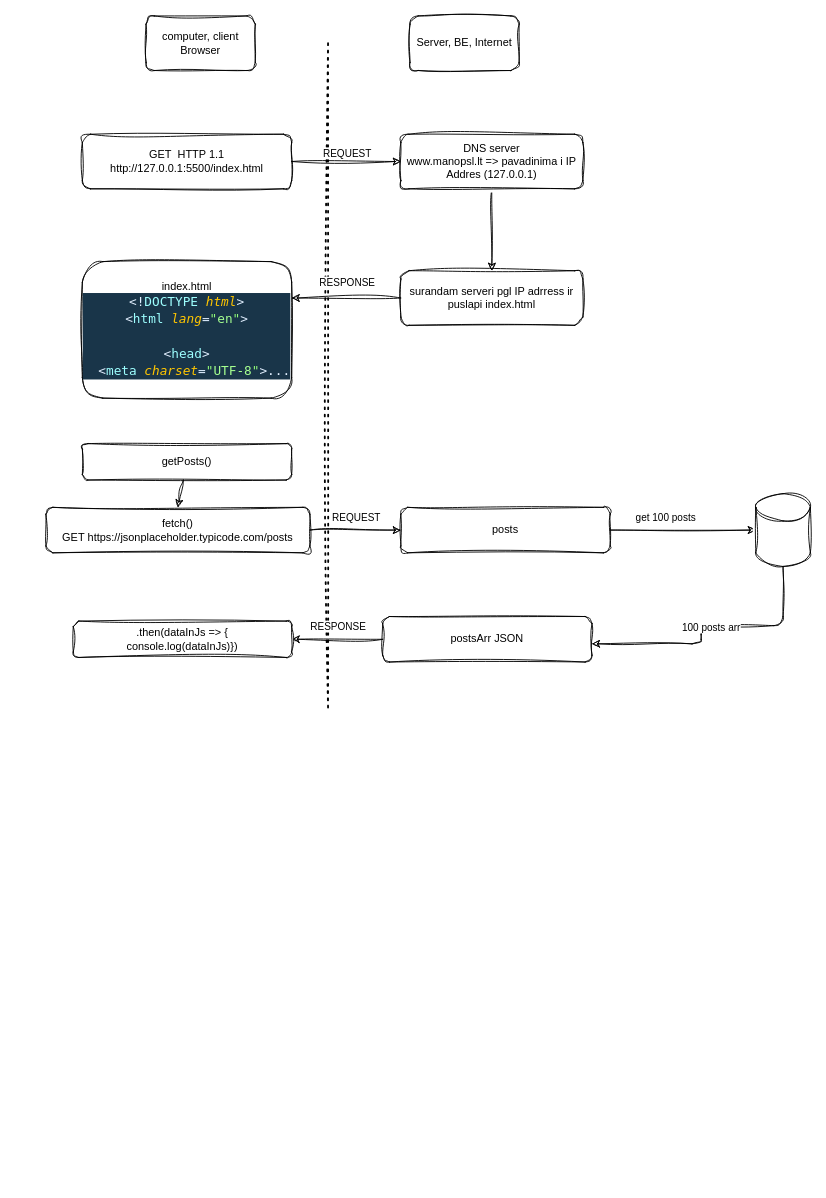
This is http.drawio from MariusCodeAcademy/Feu8_20_JS_tryCatch_fetch_post_delete, a draw.io file, before an edit. Source tidied: cells renumbered, new cells numbered last; positions are measured from the earlier drawing's top-left corner, leaving out a move shared by most shapes. Both pictures are drawn from the tidied source at 91%, with x=0, y=0 at pixel (46, 15).
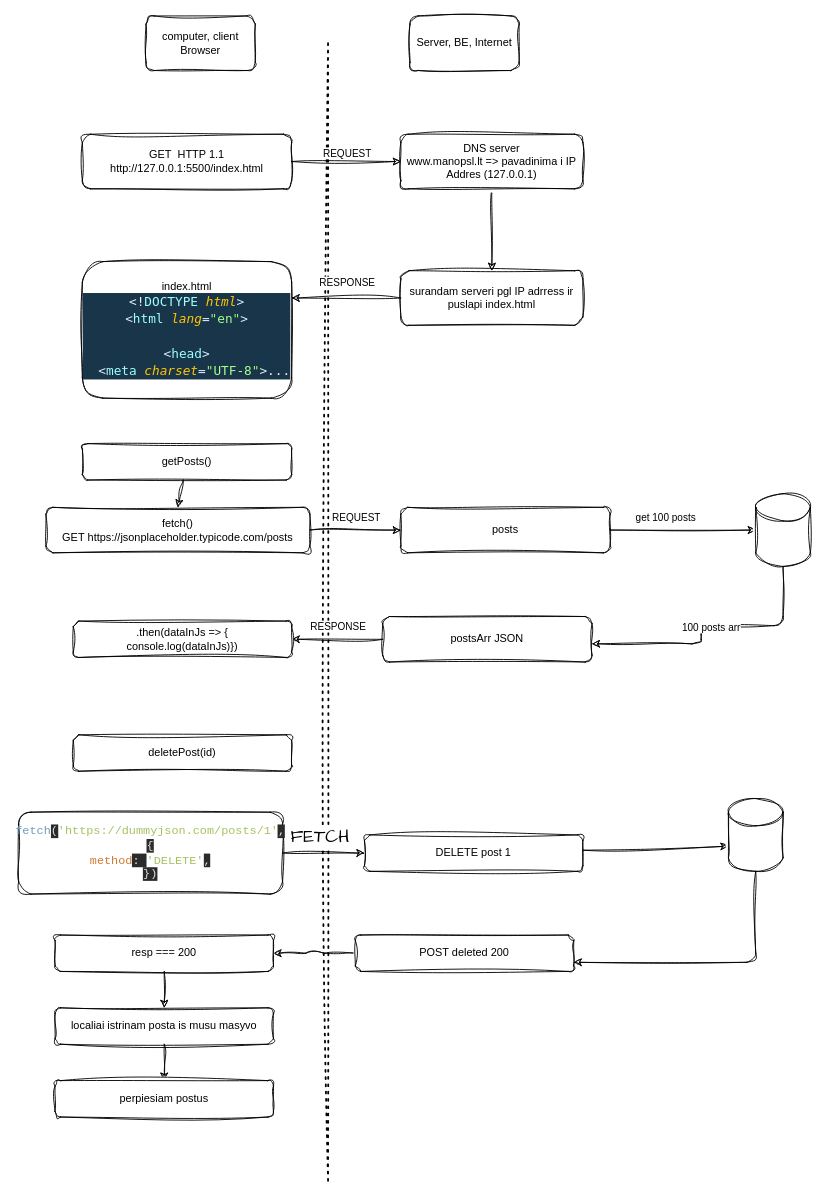
The same diagram, later.

Commit message (it also covers changes not shown here):
beautiful drawing delete

Diff of the diagram source:
```diff
@@
     <mxCell id="2" style="endArrow=none;dashed=1;html=1;dashPattern=1 3;strokeWidth=2;sketch=1;curveFitting=1;jiggle=2;" parent="1" edge="1">
       <mxGeometry relative="1" as="geometry">
-        <mxPoint x="310" y="760" as="sourcePoint" />
+        <mxPoint x="310" y="1280" as="sourcePoint" />
         <mxPoint x="310" y="30" as="targetPoint" />
       </mxGeometry>
     </mxCell>
@@
+    <mxCell id="29" value="deletePost(id)" style="rounded=1;whiteSpace=wrap;html=1;sketch=1;curveFitting=1;jiggle=2;" parent="1" vertex="1">
+      <mxGeometry x="30" y="790" width="240" height="40" as="geometry" />
+    </mxCell>
+    <mxCell id="30" style="edgeStyle=orthogonalEdgeStyle;sketch=1;hachureGap=4;jiggle=2;curveFitting=1;html=1;entryX=0;entryY=0.5;entryDx=0;entryDy=0;fontFamily=Architects Daughter;fontSize=16;" parent="1" edge="1" source="32" target="34">
+      <mxGeometry relative="1" as="geometry" />
+    </mxCell>
+    <mxCell id="31" value="FETCH" style="edgeLabel;html=1;align=center;verticalAlign=middle;fontSize=20;fontFamily=Architects Daughter;" parent="30" vertex="1">
+      <mxGeometry x="-0.27" y="2" relative="1" as="geometry">
+        <mxPoint x="7" y="-18" as="offset" />
+      </mxGeometry>
+    </mxCell>
+    <mxCell id="32" value="&lt;span style=&quot;padding: 0px; margin: 0px; box-sizing: border-box; color: rgb(109, 156, 190); font-family: monospace; font-size: 13px; text-align: start;&quot; class=&quot;hljs-title function_&quot;&gt;fetch&lt;/span&gt;&lt;span style=&quot;color: rgb(230, 225, 220); font-family: monospace; font-size: 13px; text-align: start; background-color: rgb(43, 43, 43);&quot;&gt;(&lt;/span&gt;&lt;span style=&quot;padding: 0px; margin: 0px; box-sizing: border-box; color: rgb(165, 194, 97); font-family: monospace; font-size: 13px; text-align: start;&quot; class=&quot;hljs-string&quot;&gt;'https://dummyjson.com/posts/1'&lt;/span&gt;&lt;span style=&quot;color: rgb(230, 225, 220); font-family: monospace; font-size: 13px; text-align: start; background-color: rgb(43, 43, 43);&quot;&gt;, {&lt;br/&gt;  &lt;/span&gt;&lt;span style=&quot;padding: 0px; margin: 0px; box-sizing: border-box; color: rgb(204, 120, 51); font-family: monospace; font-size: 13px; text-align: start;&quot; class=&quot;hljs-attr&quot;&gt;method&lt;/span&gt;&lt;span style=&quot;color: rgb(230, 225, 220); font-family: monospace; font-size: 13px; text-align: start; background-color: rgb(43, 43, 43);&quot;&gt;: &lt;/span&gt;&lt;span style=&quot;padding: 0px; margin: 0px; box-sizing: border-box; color: rgb(165, 194, 97); font-family: monospace; font-size: 13px; text-align: start;&quot; class=&quot;hljs-string&quot;&gt;'DELETE'&lt;/span&gt;&lt;span style=&quot;color: rgb(230, 225, 220); font-family: monospace; font-size: 13px; text-align: start; background-color: rgb(43, 43, 43);&quot;&gt;,&lt;br/&gt;})&lt;/span&gt;" style="rounded=1;whiteSpace=wrap;html=1;sketch=1;curveFitting=1;jiggle=2;" parent="1" vertex="1">
+      <mxGeometry x="-30" y="875" width="290" height="90" as="geometry" />
+    </mxCell>
+    <mxCell id="33" style="edgeStyle=none;sketch=1;hachureGap=4;jiggle=2;curveFitting=1;html=1;entryX=0;entryY=0;entryDx=0;entryDy=52.5;entryPerimeter=0;fontFamily=Architects Daughter;fontSize=16;" parent="1" edge="1" source="34" target="36">
+      <mxGeometry relative="1" as="geometry" />
+    </mxCell>
+    <mxCell id="34" value="DELETE post 1" style="rounded=1;whiteSpace=wrap;html=1;sketch=1;curveFitting=1;jiggle=2;" parent="1" vertex="1">
+      <mxGeometry x="350" y="900" width="240" height="40" as="geometry" />
+    </mxCell>
+    <mxCell id="35" style="edgeStyle=orthogonalEdgeStyle;sketch=1;hachureGap=4;jiggle=2;curveFitting=1;html=1;fontFamily=Architects Daughter;fontSize=16;" parent="1" edge="1" source="36">
+      <mxGeometry relative="1" as="geometry">
+        <mxPoint x="580" y="1040" as="targetPoint" />
+        <Array as="points">
+          <mxPoint x="780" y="1040" />
+        </Array>
+      </mxGeometry>
+    </mxCell>
+    <mxCell id="36" style="shape=cylinder3;whiteSpace=wrap;html=1;boundedLbl=1;backgroundOutline=1;size=15;sketch=1;curveFitting=1;jiggle=2;" parent="1" vertex="1">
+      <mxGeometry x="750" y="860" width="60" height="80" as="geometry" />
+    </mxCell>
+    <mxCell id="37" style="edgeStyle=orthogonalEdgeStyle;sketch=1;hachureGap=4;jiggle=2;curveFitting=1;html=1;fontFamily=Architects Daughter;fontSize=16;" parent="1" edge="1" source="38">
+      <mxGeometry relative="1" as="geometry">
+        <mxPoint x="250" y="1030" as="targetPoint" />
+      </mxGeometry>
+    </mxCell>
+    <mxCell id="38" value="POST deleted 200" style="rounded=1;whiteSpace=wrap;html=1;sketch=1;curveFitting=1;jiggle=2;" parent="1" vertex="1">
+      <mxGeometry x="340" y="1010" width="240" height="40" as="geometry" />
+    </mxCell>
+    <mxCell id="39" style="edgeStyle=orthogonalEdgeStyle;sketch=1;hachureGap=4;jiggle=2;curveFitting=1;html=1;entryX=0.5;entryY=0;entryDx=0;entryDy=0;fontFamily=Architects Daughter;fontSize=16;" parent="1" edge="1" source="40" target="42">
+      <mxGeometry relative="1" as="geometry" />
+    </mxCell>
+    <mxCell id="40" value="resp === 200" style="rounded=1;whiteSpace=wrap;html=1;sketch=1;curveFitting=1;jiggle=2;" parent="1" vertex="1">
+      <mxGeometry x="10" y="1010" width="240" height="40" as="geometry" />
+    </mxCell>
+    <mxCell id="41" style="edgeStyle=orthogonalEdgeStyle;sketch=1;hachureGap=4;jiggle=2;curveFitting=1;html=1;entryX=0.5;entryY=0;entryDx=0;entryDy=0;fontFamily=Architects Daughter;fontSize=16;" parent="1" edge="1" source="42" target="43">
+      <mxGeometry relative="1" as="geometry" />
+    </mxCell>
+    <mxCell id="42" value="localiai istrinam posta is musu masyvo" style="rounded=1;whiteSpace=wrap;html=1;sketch=1;curveFitting=1;jiggle=2;" parent="1" vertex="1">
+      <mxGeometry x="10" y="1090" width="240" height="40" as="geometry" />
+    </mxCell>
+    <mxCell id="43" value="perpiesiam postus" style="rounded=1;whiteSpace=wrap;html=1;sketch=1;curveFitting=1;jiggle=2;" parent="1" vertex="1">
+      <mxGeometry x="10" y="1170" width="240" height="40" as="geometry" />
+    </mxCell>
```
